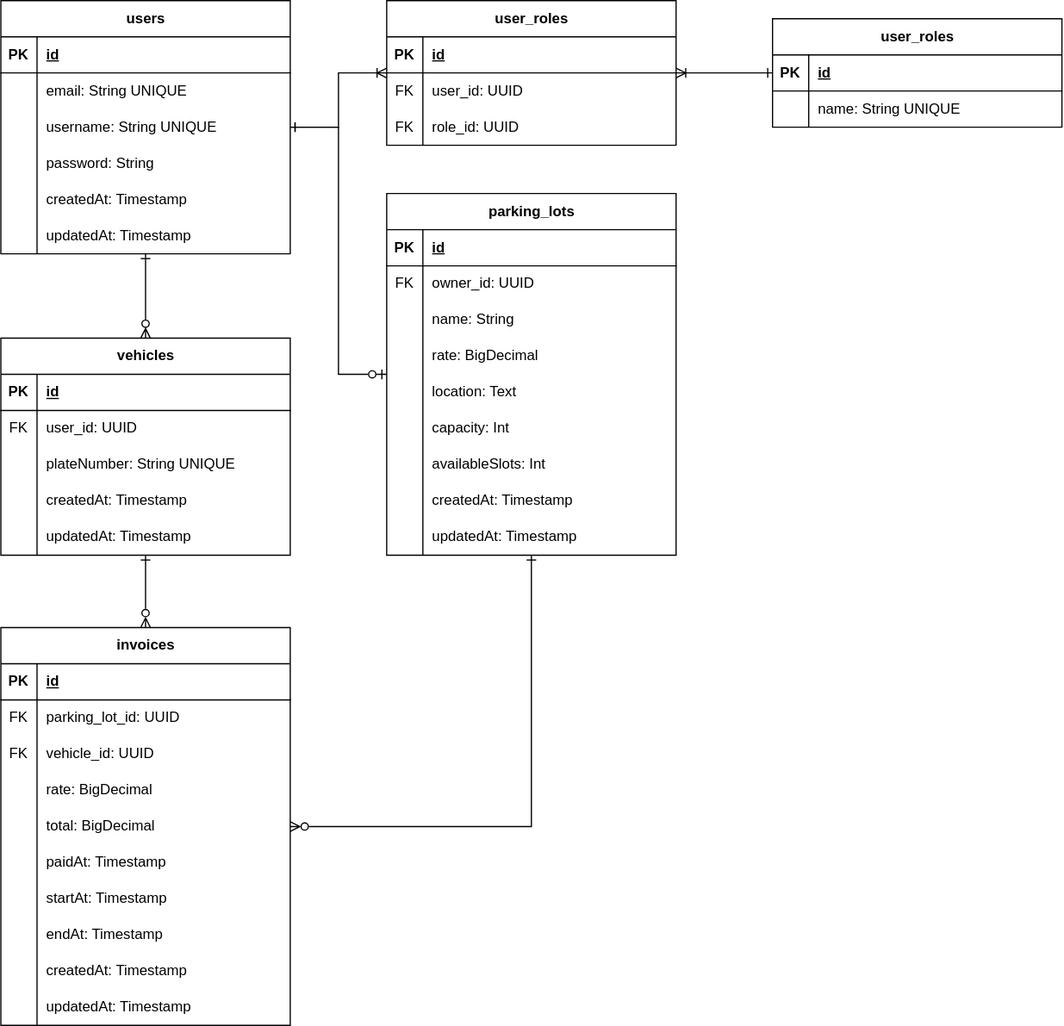
chatchatabc/parking-backend-spring keeps this draw.io diagram as docs/erd.svg. Above is the earlier version. Source tidied: cells renumbered, new cells last; positions are measured from the earlier drawing's top-left corner, leaving out a move shared by most shapes.
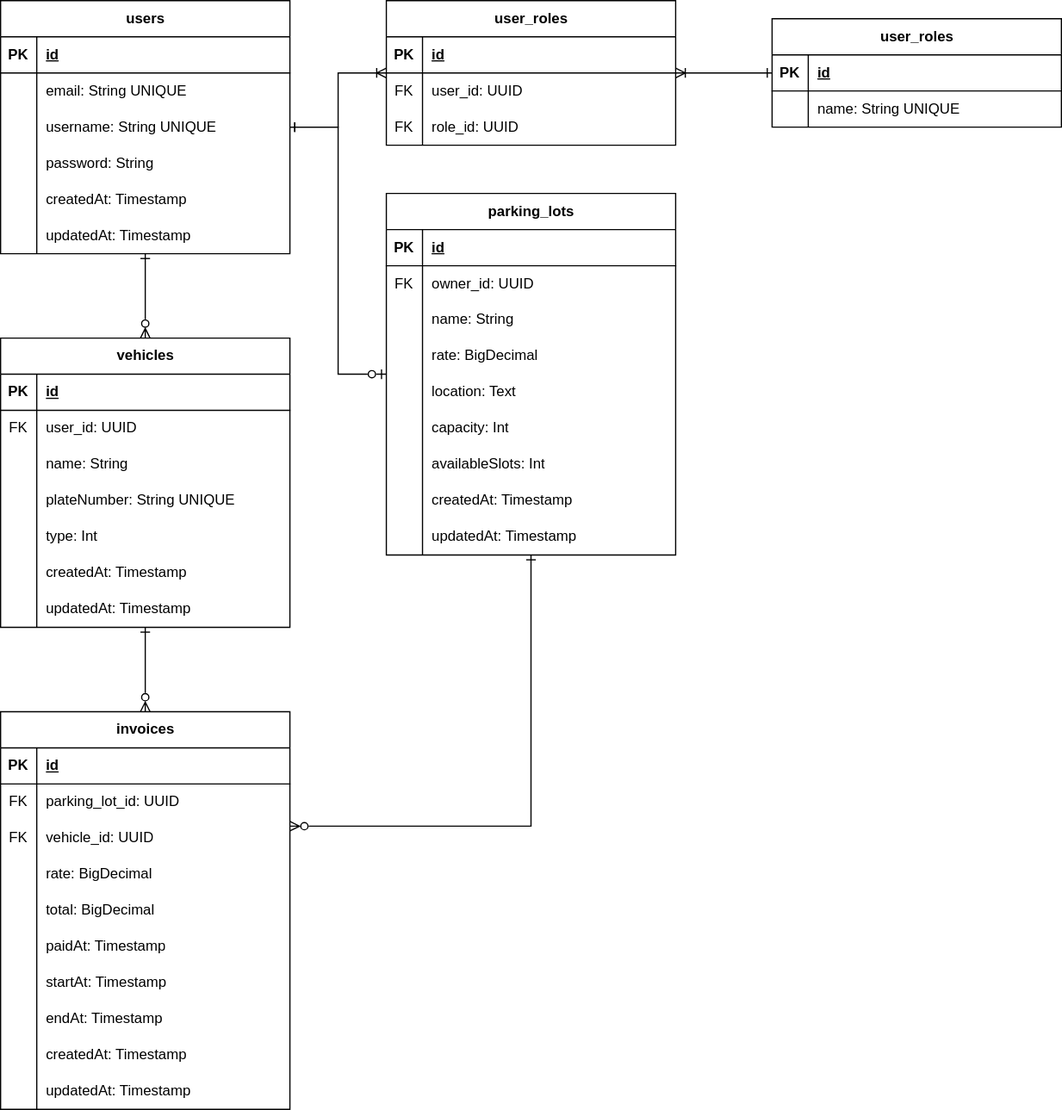
After the commit.

Commit message:
improvement: added type and name to Vehicle

Diff of the diagram source:
```diff
@@ -207,7 +207,7 @@
       <mxGeometry x="30" width="210" height="30" as="geometry" />
     </mxCell>
     <mxCell id="70" value="invoices" style="shape=table;startSize=30;rowLines=0;fontStyle=1;align=center;html=1;" parent="1" vertex="1">
-      <mxGeometry y="520" width="240" height="330" as="geometry" />
+      <mxGeometry y="590" width="240" height="330" as="geometry" />
     </mxCell>
     <mxCell id="71" style="shape=tableRow;horizontal=0;startSize=0;swimlaneHead=0;swimlaneBody=0;fillColor=none;top=0;left=0;right=0;bottom=1;" parent="70" vertex="1">
       <mxGeometry y="30" width="240" height="30" as="geometry" />
@@ -310,7 +310,7 @@
       <mxGeometry relative="1" as="geometry" />
     </mxCell>
     <mxCell id="103" value="vehicles" style="shape=table;startSize=30;rowLines=0;fontStyle=1;align=center;html=1;" parent="1" vertex="1">
-      <mxGeometry y="280" width="240" height="180" as="geometry" />
+      <mxGeometry y="280" width="240" height="240" as="geometry" />
     </mxCell>
     <mxCell id="104" style="shape=tableRow;horizontal=0;startSize=0;swimlaneHead=0;swimlaneBody=0;fillColor=none;top=0;left=0;right=0;bottom=1;" parent="103" vertex="1">
       <mxGeometry y="30" width="240" height="30" as="geometry" />
@@ -330,17 +330,35 @@
     <mxCell id="109" value="user_id: UUID" style="shape=partialRectangle;fillColor=none;top=0;left=0;bottom=0;right=0;align=left;spacingLeft=6;overflow=hidden;whiteSpace=wrap;html=1;" parent="107" vertex="1">
       <mxGeometry x="30" width="210" height="30" as="geometry" />
     </mxCell>
+    <mxCell id="119" style="shape=tableRow;horizontal=0;startSize=0;swimlaneHead=0;swimlaneBody=0;fillColor=none;top=0;left=0;right=0;bottom=0;" parent="103" vertex="1">
+      <mxGeometry y="90" width="240" height="30" as="geometry" />
+    </mxCell>
+    <mxCell id="120" style="shape=partialRectangle;fillColor=none;top=0;left=0;bottom=0;right=0;overflow=hidden;whiteSpace=wrap;html=1;" parent="119" vertex="1">
+      <mxGeometry width="30" height="30" as="geometry" />
+    </mxCell>
+    <mxCell id="121" value="name: String&amp;nbsp;" style="shape=partialRectangle;fillColor=none;top=0;left=0;bottom=0;right=0;align=left;spacingLeft=6;overflow=hidden;whiteSpace=wrap;html=1;" parent="119" vertex="1">
+      <mxGeometry x="30" width="210" height="30" as="geometry" />
+    </mxCell>
+    <mxCell id="122" style="shape=tableRow;horizontal=0;startSize=0;swimlaneHead=0;swimlaneBody=0;fillColor=none;top=0;left=0;right=0;bottom=0;" parent="103" vertex="1">
+      <mxGeometry y="120" width="240" height="30" as="geometry" />
+    </mxCell>
+    <mxCell id="123" style="shape=partialRectangle;fillColor=none;top=0;left=0;bottom=0;right=0;overflow=hidden;whiteSpace=wrap;html=1;" parent="122" vertex="1">
+      <mxGeometry width="30" height="30" as="geometry" />
+    </mxCell>
+    <mxCell id="124" value="plateNumber: String UNIQUE" style="shape=partialRectangle;fillColor=none;top=0;left=0;bottom=0;right=0;align=left;spacingLeft=6;overflow=hidden;whiteSpace=wrap;html=1;" parent="122" vertex="1">
+      <mxGeometry x="30" width="210" height="30" as="geometry" />
+    </mxCell>
     <mxCell id="110" style="shape=tableRow;horizontal=0;startSize=0;swimlaneHead=0;swimlaneBody=0;fillColor=none;top=0;left=0;right=0;bottom=0;" parent="103" vertex="1">
-      <mxGeometry y="90" width="240" height="30" as="geometry" />
+      <mxGeometry y="150" width="240" height="30" as="geometry" />
     </mxCell>
     <mxCell id="111" style="shape=partialRectangle;fillColor=none;top=0;left=0;bottom=0;right=0;overflow=hidden;whiteSpace=wrap;html=1;" parent="110" vertex="1">
       <mxGeometry width="30" height="30" as="geometry" />
     </mxCell>
-    <mxCell id="112" value="plateNumber: String UNIQUE" style="shape=partialRectangle;fillColor=none;top=0;left=0;bottom=0;right=0;align=left;spacingLeft=6;overflow=hidden;whiteSpace=wrap;html=1;" parent="110" vertex="1">
+    <mxCell id="112" value="type: Int" style="shape=partialRectangle;fillColor=none;top=0;left=0;bottom=0;right=0;align=left;spacingLeft=6;overflow=hidden;whiteSpace=wrap;html=1;" parent="110" vertex="1">
       <mxGeometry x="30" width="210" height="30" as="geometry" />
     </mxCell>
     <mxCell id="113" style="shape=tableRow;horizontal=0;startSize=0;swimlaneHead=0;swimlaneBody=0;fillColor=none;top=0;left=0;right=0;bottom=0;" parent="103" vertex="1">
-      <mxGeometry y="120" width="240" height="30" as="geometry" />
+      <mxGeometry y="180" width="240" height="30" as="geometry" />
     </mxCell>
     <mxCell id="114" style="shape=partialRectangle;fillColor=none;top=0;left=0;bottom=0;right=0;overflow=hidden;whiteSpace=wrap;html=1;" parent="113" vertex="1">
       <mxGeometry width="30" height="30" as="geometry" />
@@ -349,7 +367,7 @@
       <mxGeometry x="30" width="210" height="30" as="geometry" />
     </mxCell>
     <mxCell id="116" style="shape=tableRow;horizontal=0;startSize=0;swimlaneHead=0;swimlaneBody=0;fillColor=none;top=0;left=0;right=0;bottom=0;" parent="103" vertex="1">
-      <mxGeometry y="150" width="240" height="30" as="geometry" />
+      <mxGeometry y="210" width="240" height="30" as="geometry" />
     </mxCell>
     <mxCell id="117" style="shape=partialRectangle;fillColor=none;top=0;left=0;bottom=0;right=0;overflow=hidden;whiteSpace=wrap;html=1;" parent="116" vertex="1">
       <mxGeometry width="30" height="30" as="geometry" />
```
